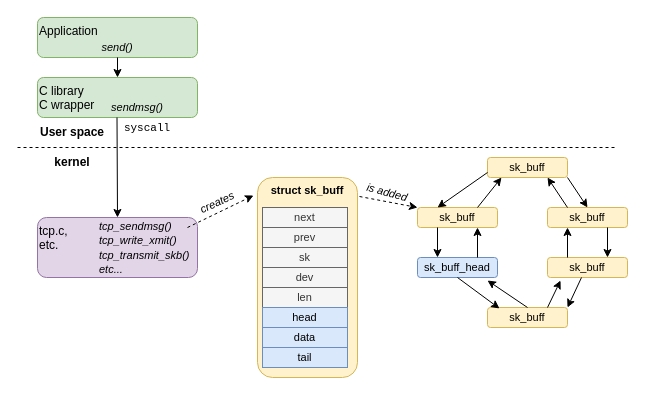
Above: images/linux-net.drawio in PasiSa/AdvancedNetworking (draw.io), before the change. Source tidied: cells renumbered, new cells numbered last; positions are measured from the earlier drawing's top-left corner, leaving out a move shared by most shapes. Both pictures are drawn from the tidied source at 100%, with x=0, y=0 at pixel (17, 17).
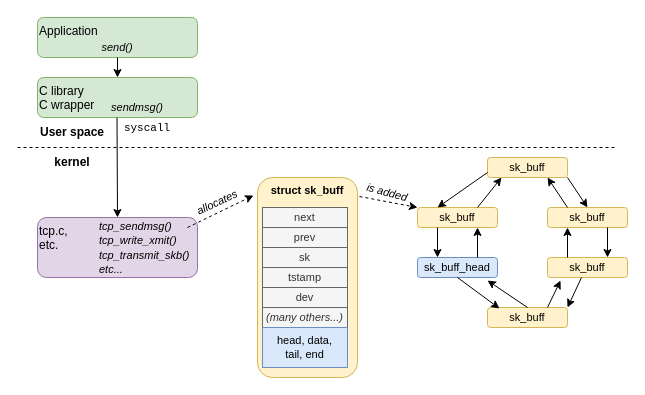
Above is the later version.

Commit message (it also covers changes not shown here):
Link Linux networking content to main page

Diff of the diagram source:
```diff
@@
     <mxCell id="19" value="dev" style="rounded=0;whiteSpace=wrap;html=1;fontSize=11;fillColor=#f5f5f5;fontColor=#333333;strokeColor=#666666;" parent="1" vertex="1">
-      <mxGeometry x="245" y="250" width="85" height="20" as="geometry" />
+      <mxGeometry x="245" y="270" width="85" height="20" as="geometry" />
     </mxCell>
-    <mxCell id="20" value="len" style="rounded=0;whiteSpace=wrap;html=1;fontSize=11;fillColor=#f5f5f5;fontColor=#333333;strokeColor=#666666;" parent="1" vertex="1">
-      <mxGeometry x="245" y="270" width="85" height="20" as="geometry" />
+    <mxCell id="20" value="&lt;i&gt;(many others...)&lt;/i&gt;" style="rounded=0;whiteSpace=wrap;html=1;fontSize=11;fillColor=#f5f5f5;fontColor=#333333;strokeColor=#666666;" parent="1" vertex="1">
+      <mxGeometry x="245" y="290" width="85" height="20" as="geometry" />
     </mxCell>
-    <mxCell id="21" value="head" style="rounded=0;whiteSpace=wrap;html=1;fontSize=11;fillColor=#dae8fc;strokeColor=#6c8ebf;" parent="1" vertex="1">
-      <mxGeometry x="245" y="290" width="85" height="20" as="geometry" />
-    </mxCell>
-    <mxCell id="22" value="data" style="rounded=0;whiteSpace=wrap;html=1;fontSize=11;fillColor=#dae8fc;strokeColor=#6c8ebf;" parent="1" vertex="1">
-      <mxGeometry x="245" y="310" width="85" height="20" as="geometry" />
+    <mxCell id="22" value="head, data,&lt;div&gt;tail, end&lt;/div&gt;" style="rounded=0;whiteSpace=wrap;html=1;fontSize=11;fillColor=#dae8fc;strokeColor=#6c8ebf;" parent="1" vertex="1">
+      <mxGeometry x="245" y="310" width="85" height="40" as="geometry" />
     </mxCell>
-    <mxCell id="23" value="tail" style="rounded=0;whiteSpace=wrap;html=1;fontSize=11;fillColor=#dae8fc;strokeColor=#6c8ebf;" parent="1" vertex="1">
-      <mxGeometry x="245" y="330" width="85" height="20" as="geometry" />
-    </mxCell>
@@
-    <mxCell id="43" value="creates" style="text;html=1;whiteSpace=wrap;strokeColor=none;fillColor=none;align=center;verticalAlign=middle;rounded=0;fontSize=11;fontStyle=2;rotation=-25;" parent="1" vertex="1">
+    <mxCell id="43" value="allocates" style="text;html=1;whiteSpace=wrap;strokeColor=none;fillColor=none;align=center;verticalAlign=middle;rounded=0;fontSize=11;fontStyle=2;rotation=-25;" parent="1" vertex="1">
       <mxGeometry x="170" y="170" width="60" height="30" as="geometry" />
     </mxCell>
@@
+    <mxCell id="46" value="tstamp" style="rounded=0;whiteSpace=wrap;html=1;fontSize=11;fillColor=#f5f5f5;fontColor=#333333;strokeColor=#666666;" parent="1" vertex="1">
+      <mxGeometry x="245" y="250" width="85" height="20" as="geometry" />
+    </mxCell>
```
